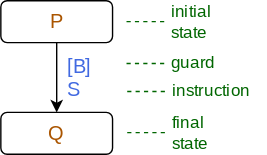
The draw.io diagram content/01 On Algorithms/img/Transition.svg in emilsekerinski/ictac2024tutorial, before a commit. Source tidied: cells renumbered, new cells last; positions are measured from the earlier drawing's top-left corner, leaving out a move shared by most shapes. Source of this version:
```xml
<mxGraphModel background="#ffffff">
  <root>
    <mxCell id="0" />
    <mxCell id="1" parent="0" />
    <mxCell id="2" value="P" style="rounded=1;whiteSpace=wrap;html=1;fillColor=#ffffff;gradientColor=none;fontSize=14;fontColor=#AA5500;align=center;fontFamily=Noto Sans;" parent="1" vertex="1">
      <mxGeometry width="80" height="30" as="geometry" />
    </mxCell>
    <mxCell id="3" value="Q" style="rounded=1;whiteSpace=wrap;html=1;fillColor=#ffffff;gradientColor=none;fontSize=14;fontColor=#AA5500;align=center;fontFamily=Noto Sans;" parent="1" vertex="1">
      <mxGeometry y="80" width="80" height="30" as="geometry" />
    </mxCell>
    <mxCell id="4" value="&lt;div&gt;&lt;br&gt;&lt;/div&gt;" style="endArrow=classic;html=1;shadow=0;strokeColor=#000000;fontSize=14;fontColor=#d2691e;exitX=0.5;exitY=1;labelPosition=center;verticalLabelPosition=middle;align=center;verticalAlign=middle;labelBorderColor=none;entryX=0.5;entryY=0;fontFamily=Noto Sans;" parent="1" edge="1" source="2" target="3">
      <mxGeometry x="-0.09" y="15" relative="1" as="geometry" />
    </mxCell>
    <mxCell id="5" value="&lt;div&gt;&lt;font color=&quot;#4169e1&quot;&gt;[B]&lt;/font&gt;&lt;/div&gt;&lt;div&gt;&lt;font color=&quot;#4169e1&quot;&gt;S&lt;/font&gt;&lt;/div&gt;" style="text;html=1;strokeColor=none;fillColor=none;align=left;verticalAlign=middle;whiteSpace=wrap;fontSize=14;fontColor=#d2691e;fontFamily=Noto Sans;spacingLeft=6;" parent="1" vertex="1">
      <mxGeometry x="40" y="30" width="55" height="50" as="geometry" />
    </mxCell>
    <mxCell id="6" value="initial&lt;br&gt;state" style="text;html=1;strokeColor=none;fillColor=none;align=left;verticalAlign=middle;whiteSpace=wrap;fontSize=12;fontColor=#006600;fontFamily=Noto Sans;" parent="1" vertex="1">
      <mxGeometry x="120" y="5" width="30" height="20" as="geometry" />
    </mxCell>
    <mxCell id="7" style="endArrow=none;html=1;shadow=0;strokeColor=#006600;fontSize=12;fontColor=#006600;dashed=1;endFill=0;exitX=0;exitY=0.5;fontFamily=Noto Sans;" parent="1" edge="1">
      <mxGeometry relative="1" as="geometry">
        <mxPoint x="117" y="15" as="sourcePoint" />
        <mxPoint x="87" y="15" as="targetPoint" />
      </mxGeometry>
    </mxCell>
    <mxCell id="8" value="final&lt;br&gt;state" style="text;html=1;strokeColor=none;fillColor=none;align=left;verticalAlign=middle;whiteSpace=wrap;fontSize=12;fontColor=#006600;fontFamily=Noto Sans;" parent="1" vertex="1">
      <mxGeometry x="120.5" y="84.5" width="30" height="20" as="geometry" />
    </mxCell>
    <mxCell id="9" style="endArrow=none;html=1;shadow=0;strokeColor=#006600;fontSize=12;fontColor=#006600;dashed=1;endFill=0;fontFamily=Noto Sans;entryX=0;entryY=0.5;" parent="1" edge="1" target="8">
      <mxGeometry relative="1" as="geometry">
        <mxPoint x="90.5" y="94.5" as="sourcePoint" />
      </mxGeometry>
    </mxCell>
    <mxCell id="10" value="guard" style="text;html=1;strokeColor=none;fillColor=none;align=left;verticalAlign=middle;whiteSpace=wrap;fontSize=12;fontColor=#006600;fontFamily=Noto Sans;" parent="1" vertex="1">
      <mxGeometry x="120" y="35" width="70" height="20" as="geometry" />
    </mxCell>
    <mxCell id="11" style="endArrow=none;html=1;shadow=0;strokeColor=#006600;fontSize=12;fontColor=#006600;dashed=1;endFill=0;exitX=0;exitY=0.5;fontFamily=Noto Sans;" parent="1" edge="1">
      <mxGeometry relative="1" as="geometry">
        <mxPoint x="117" y="45" as="sourcePoint" />
        <mxPoint x="87" y="45" as="targetPoint" />
      </mxGeometry>
    </mxCell>
    <mxCell id="12" style="endArrow=none;html=1;shadow=0;strokeColor=#006600;fontSize=12;fontColor=#006600;dashed=1;endFill=0;exitX=0;exitY=0.5;fontFamily=Noto Sans;" parent="1" edge="1">
      <mxGeometry relative="1" as="geometry">
        <mxPoint x="117.5" y="65" as="sourcePoint" />
        <mxPoint x="87.5" y="65" as="targetPoint" />
      </mxGeometry>
    </mxCell>
    <mxCell id="13" value="instruction" style="text;html=1;strokeColor=none;fillColor=none;align=left;verticalAlign=middle;whiteSpace=wrap;fontSize=12;fontColor=#006600;fontFamily=Noto Sans;" parent="1" vertex="1">
      <mxGeometry x="120.5" y="55" width="70" height="20" as="geometry" />
    </mxCell>
  </root>
</mxGraphModel>
```
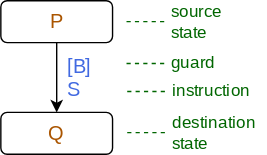
Above is the later version.

The edit, as a diff of the source:
```diff
@@ -14,8 +14,8 @@
     <mxCell id="5" value="&lt;div&gt;&lt;font color=&quot;#4169e1&quot;&gt;[B]&lt;/font&gt;&lt;/div&gt;&lt;div&gt;&lt;font color=&quot;#4169e1&quot;&gt;S&lt;/font&gt;&lt;/div&gt;" style="text;html=1;strokeColor=none;fillColor=none;align=left;verticalAlign=middle;whiteSpace=wrap;fontSize=14;fontColor=#d2691e;fontFamily=Noto Sans;spacingLeft=6;" parent="1" vertex="1">
       <mxGeometry x="40" y="30" width="55" height="50" as="geometry" />
     </mxCell>
-    <mxCell id="6" value="initial&lt;br&gt;state" style="text;html=1;strokeColor=none;fillColor=none;align=left;verticalAlign=middle;whiteSpace=wrap;fontSize=12;fontColor=#006600;fontFamily=Noto Sans;" parent="1" vertex="1">
-      <mxGeometry x="120" y="5" width="30" height="20" as="geometry" />
+    <mxCell id="6" value="source&lt;br&gt;state" style="text;html=1;strokeColor=none;fillColor=none;align=left;verticalAlign=middle;whiteSpace=wrap;fontSize=12;fontColor=#006600;fontFamily=Noto Sans;" parent="1" vertex="1">
+      <mxGeometry x="120" y="5" width="50" height="20" as="geometry" />
     </mxCell>
     <mxCell id="7" style="endArrow=none;html=1;shadow=0;strokeColor=#006600;fontSize=12;fontColor=#006600;dashed=1;endFill=0;exitX=0;exitY=0.5;fontFamily=Noto Sans;" parent="1" edge="1">
       <mxGeometry relative="1" as="geometry">
@@ -23,8 +23,8 @@
         <mxPoint x="87" y="15" as="targetPoint" />
       </mxGeometry>
     </mxCell>
-    <mxCell id="8" value="final&lt;br&gt;state" style="text;html=1;strokeColor=none;fillColor=none;align=left;verticalAlign=middle;whiteSpace=wrap;fontSize=12;fontColor=#006600;fontFamily=Noto Sans;" parent="1" vertex="1">
-      <mxGeometry x="120.5" y="84.5" width="30" height="20" as="geometry" />
+    <mxCell id="8" value="destination&lt;br&gt;state" style="text;html=1;strokeColor=none;fillColor=none;align=left;verticalAlign=middle;whiteSpace=wrap;fontSize=12;fontColor=#006600;fontFamily=Noto Sans;" parent="1" vertex="1">
+      <mxGeometry x="120.5" y="84.5" width="69.5" height="20" as="geometry" />
     </mxCell>
     <mxCell id="9" style="endArrow=none;html=1;shadow=0;strokeColor=#006600;fontSize=12;fontColor=#006600;dashed=1;endFill=0;fontFamily=Noto Sans;entryX=0;entryY=0.5;" parent="1" edge="1" target="8">
       <mxGeometry relative="1" as="geometry">
```
